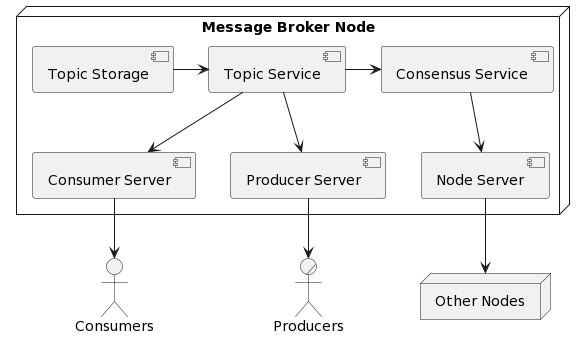
The PlantUML diagram diagrams/comp.png in Marcel-MD/geo-distributed-message-broker, before a commit. Source of this version:
```plantuml
@startuml
node "Message Broker Node" {
  component "Consensus Service" as CSS
  component "Topic Service" as TS
  component "Topic Storage" as TR

  component "Consumer Server" as CS
  component "Producer Server" as PS
  component "Node Server" as NS
}

actor/ "Producers" as P
actor "Consumers" as C
node "Other Nodes" as N

TR -> TS
TS -> CSS
TS --> CS
TS --> PS
CSS --> NS

CS --> C
PS --> P
NS --> N
@enduml
```
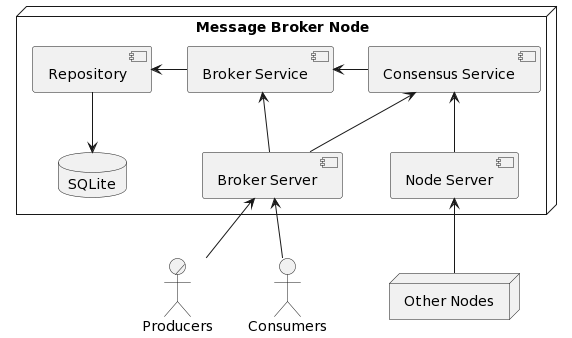
After the commit.

The edit, as a diff of the source:
```diff
@@ -1,11 +1,11 @@
 @startuml
 node "Message Broker Node" {
-  component "Consensus Service" as CSS
-  component "Topic Service" as TS
-  component "Topic Storage" as TR
+  database "SQLite" as DB
+  component "Repository" as R
+  component "Consensus Service" as CS
+  component "Broker Service" as B
 
-  component "Consumer Server" as CS
-  component "Producer Server" as PS
+  component "Broker Server" as BS
   component "Node Server" as NS
 }
 
@@ -13,13 +13,15 @@
 actor "Consumers" as C
 node "Other Nodes" as N
 
-TR -> TS
-TS -> CSS
-TS --> CS
-TS --> PS
-CSS --> NS
+R --> DB
+R <- B
+B <- CS
 
-CS --> C
-PS --> P
-NS --> N
+B <-- BS
+CS <-- BS
+BS <-- C
+BS <-- P
+
+CS <-- NS
+NS <-- N
 @enduml
```
